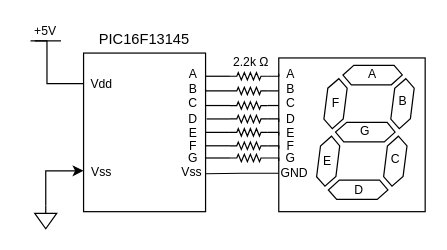
This is 7seg.drawio from jfcbooth/block_diagrams, a draw.io file, before an edit. Source tidied: cells renumbered, new cells numbered last; positions are measured from the earlier drawing's top-left corner, leaving out a move shared by most shapes. Both pictures are drawn from the tidied source at 122%, with x=0, y=0 at pixel (21, 21).
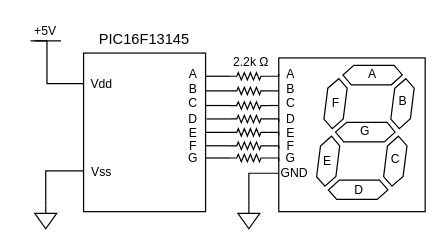
The same page after the edit.

Unchanged cells that the change refers to:
```xml
<mxCell id="2" style="rounded=0;whiteSpace=wrap;html=1;" parent="1" vertex="1">
  <mxGeometry x="211" y="30" width="120" height="126" as="geometry" />
</mxCell>
<mxCell id="22" style="rounded=0;whiteSpace=wrap;html=1;" parent="1" vertex="1">
  <mxGeometry x="51" y="26" width="100" height="130" as="geometry" />
</mxCell>
<mxCell id="54" value="&lt;font style=&quot;font-size: 10px;&quot;&gt;Vss&lt;/font&gt;" style="text;html=1;strokeColor=none;fillColor=none;align=center;verticalAlign=middle;whiteSpace=wrap;rounded=0;" parent="1" vertex="1">
  <mxGeometry x="51" y="113" width="30" height="19" as="geometry" />
</mxCell>
<mxCell id="57" style="verticalLabelPosition=bottom;shadow=0;dashed=0;align=center;html=1;verticalAlign=top;shape=mxgraph.electrical.signal_sources.signal_ground;" parent="1" vertex="1">
  <mxGeometry x="11" y="151" width="18" height="19" as="geometry" />
</mxCell>
```

The edit, as a diff of the source:
```diff
@@
-    <mxCell id="37" style="edgeStyle=orthogonalEdgeStyle;rounded=0;jettySize=auto;html=1;exitX=0;exitY=0.75;exitDx=0;exitDy=0;entryX=1.004;entryY=0.761;entryDx=0;entryDy=0;entryPerimeter=0;endArrow=none;endFill=0;" parent="1" edge="1" source="2" target="22">
-      <mxGeometry relative="1" as="geometry" />
-    </mxCell>
@@
-    <mxCell id="55" value="&lt;font style=&quot;font-size: 10px;&quot;&gt;Vss&lt;/font&gt;" style="text;html=1;strokeColor=none;fillColor=none;align=center;verticalAlign=middle;whiteSpace=wrap;rounded=0;" parent="1" vertex="1">
-      <mxGeometry x="125" y="113" width="30" height="19" as="geometry" />
-    </mxCell>
-    <mxCell id="56" style="edgeStyle=orthogonalEdgeStyle;rounded=0;jettySize=auto;html=1;exitX=0.5;exitY=0;exitDx=0;exitDy=0;exitPerimeter=0;entryX=0;entryY=0.5;entryDx=0;entryDy=0;" parent="1" edge="1" source="57" target="54">
+    <mxCell id="56" style="edgeStyle=orthogonalEdgeStyle;rounded=0;jettySize=auto;html=1;exitX=0.5;exitY=0;exitDx=0;exitDy=0;exitPerimeter=0;entryX=0;entryY=0.5;entryDx=0;entryDy=0;endArrow=none;endFill=0;" parent="1" edge="1" source="57" target="54">
       <mxGeometry relative="1" as="geometry" />
     </mxCell>
@@
+    <mxCell id="60" style="edgeStyle=orthogonalEdgeStyle;rounded=0;jettySize=auto;html=1;exitX=0.5;exitY=0;exitDx=0;exitDy=0;exitPerimeter=0;entryX=0;entryY=0.75;entryDx=0;entryDy=0;endArrow=none;endFill=0;" parent="1" edge="1" source="61" target="2">
+      <mxGeometry relative="1" as="geometry">
+        <Array as="points">
+          <mxPoint x="187" y="125" />
+        </Array>
+      </mxGeometry>
+    </mxCell>
+    <mxCell id="61" style="verticalLabelPosition=bottom;shadow=0;dashed=0;align=center;html=1;verticalAlign=top;shape=mxgraph.electrical.signal_sources.signal_ground;" parent="1" vertex="1">
+      <mxGeometry x="177.5" y="151" width="18" height="19" as="geometry" />
+    </mxCell>
```
